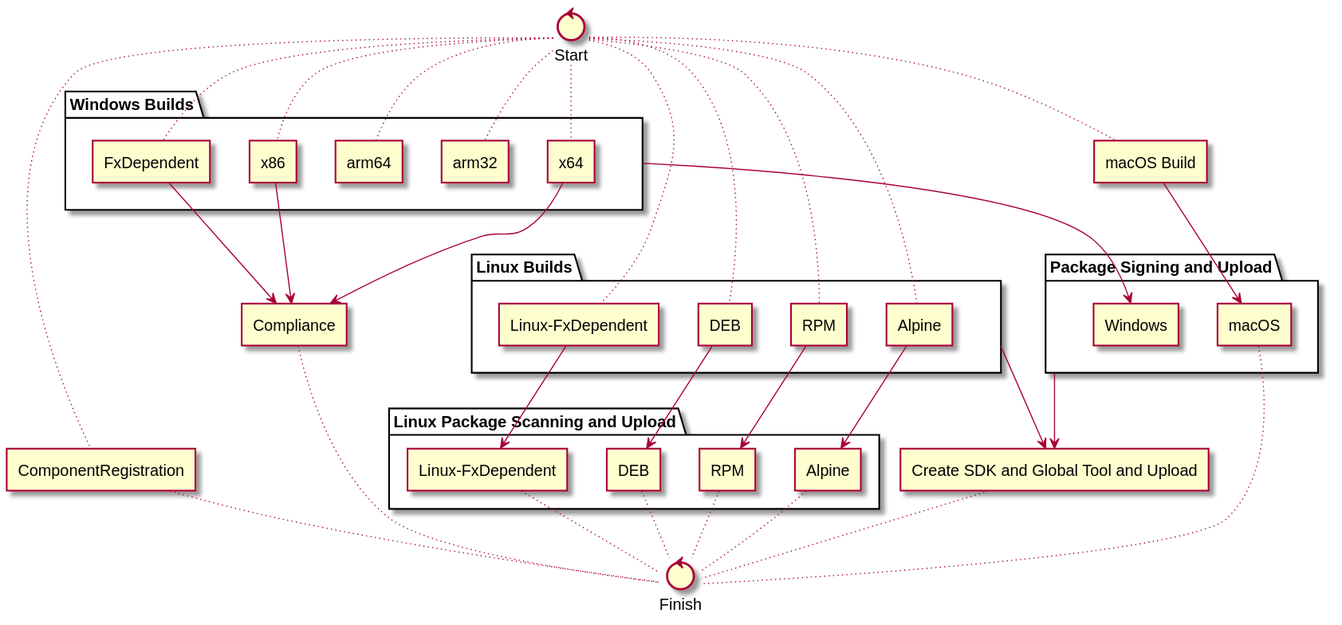
PowerShell/PowerShell keeps this PlantUML diagram as tools/releaseBuild/azureDevOps/diagram.svg. Above is the earlier version.
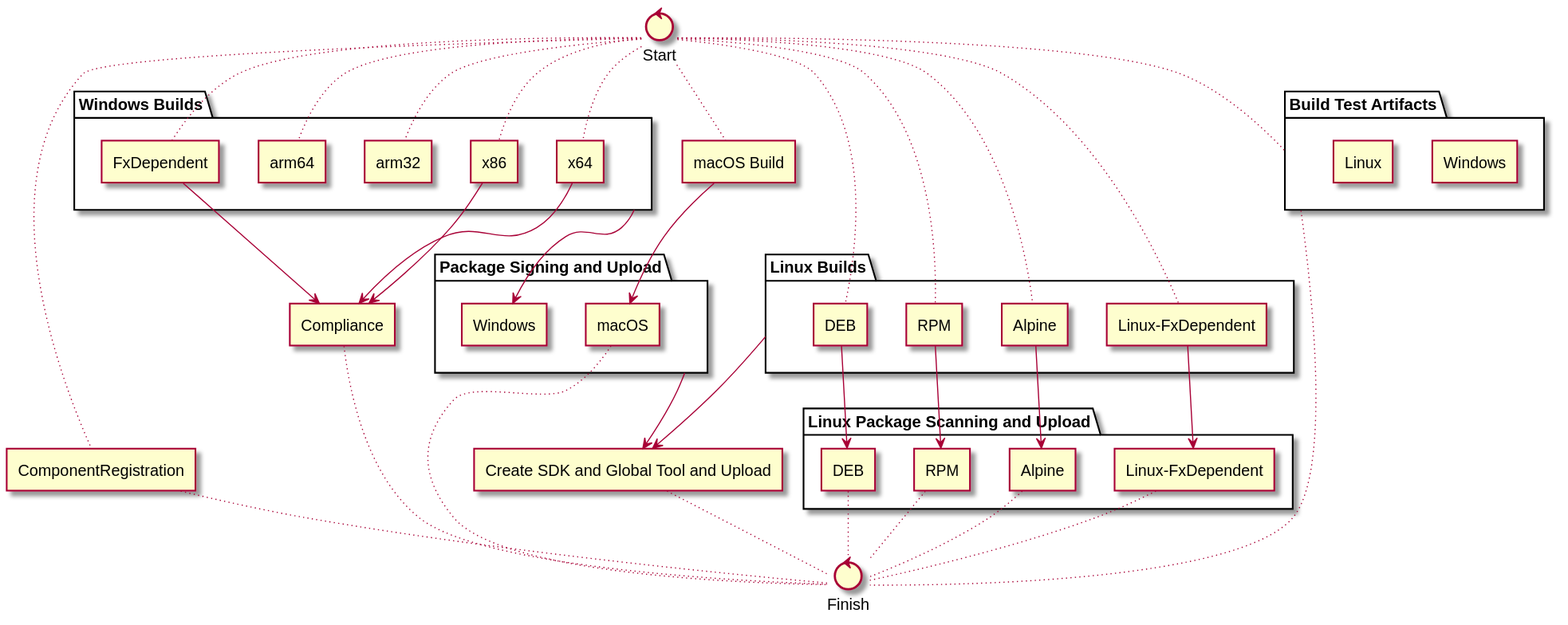
Above is the later version.

Commit message:
Update the UML diagram

The edit, as a diff of the source:
```diff
@@ -33,6 +33,10 @@
     agent "Windows"  as SignWin
 }
 
+folder "Build Test Artifacts" as TestArtifacts {
+    agent "Windows" as WinTest
+    agent "Linux" as LinuxTest
+}
 
 agent "Compliance"  as Compliance
 
@@ -67,6 +71,7 @@
 SignMac ~~ Finish
 BuildCG ~~ Finish
 BuildNuGet ~~ Finish
+TestArtifacts ~~ Finish
 
 Start ~~ BuildDEB
 Start ~~ BuildRPM
@@ -79,5 +84,6 @@
 Start ~~ BuildWinArm32
 Start ~~ BuildWinArm64
 Start ~~ BuildCG
+Start ~~ TestArtifacts
 
 @enduml
```
